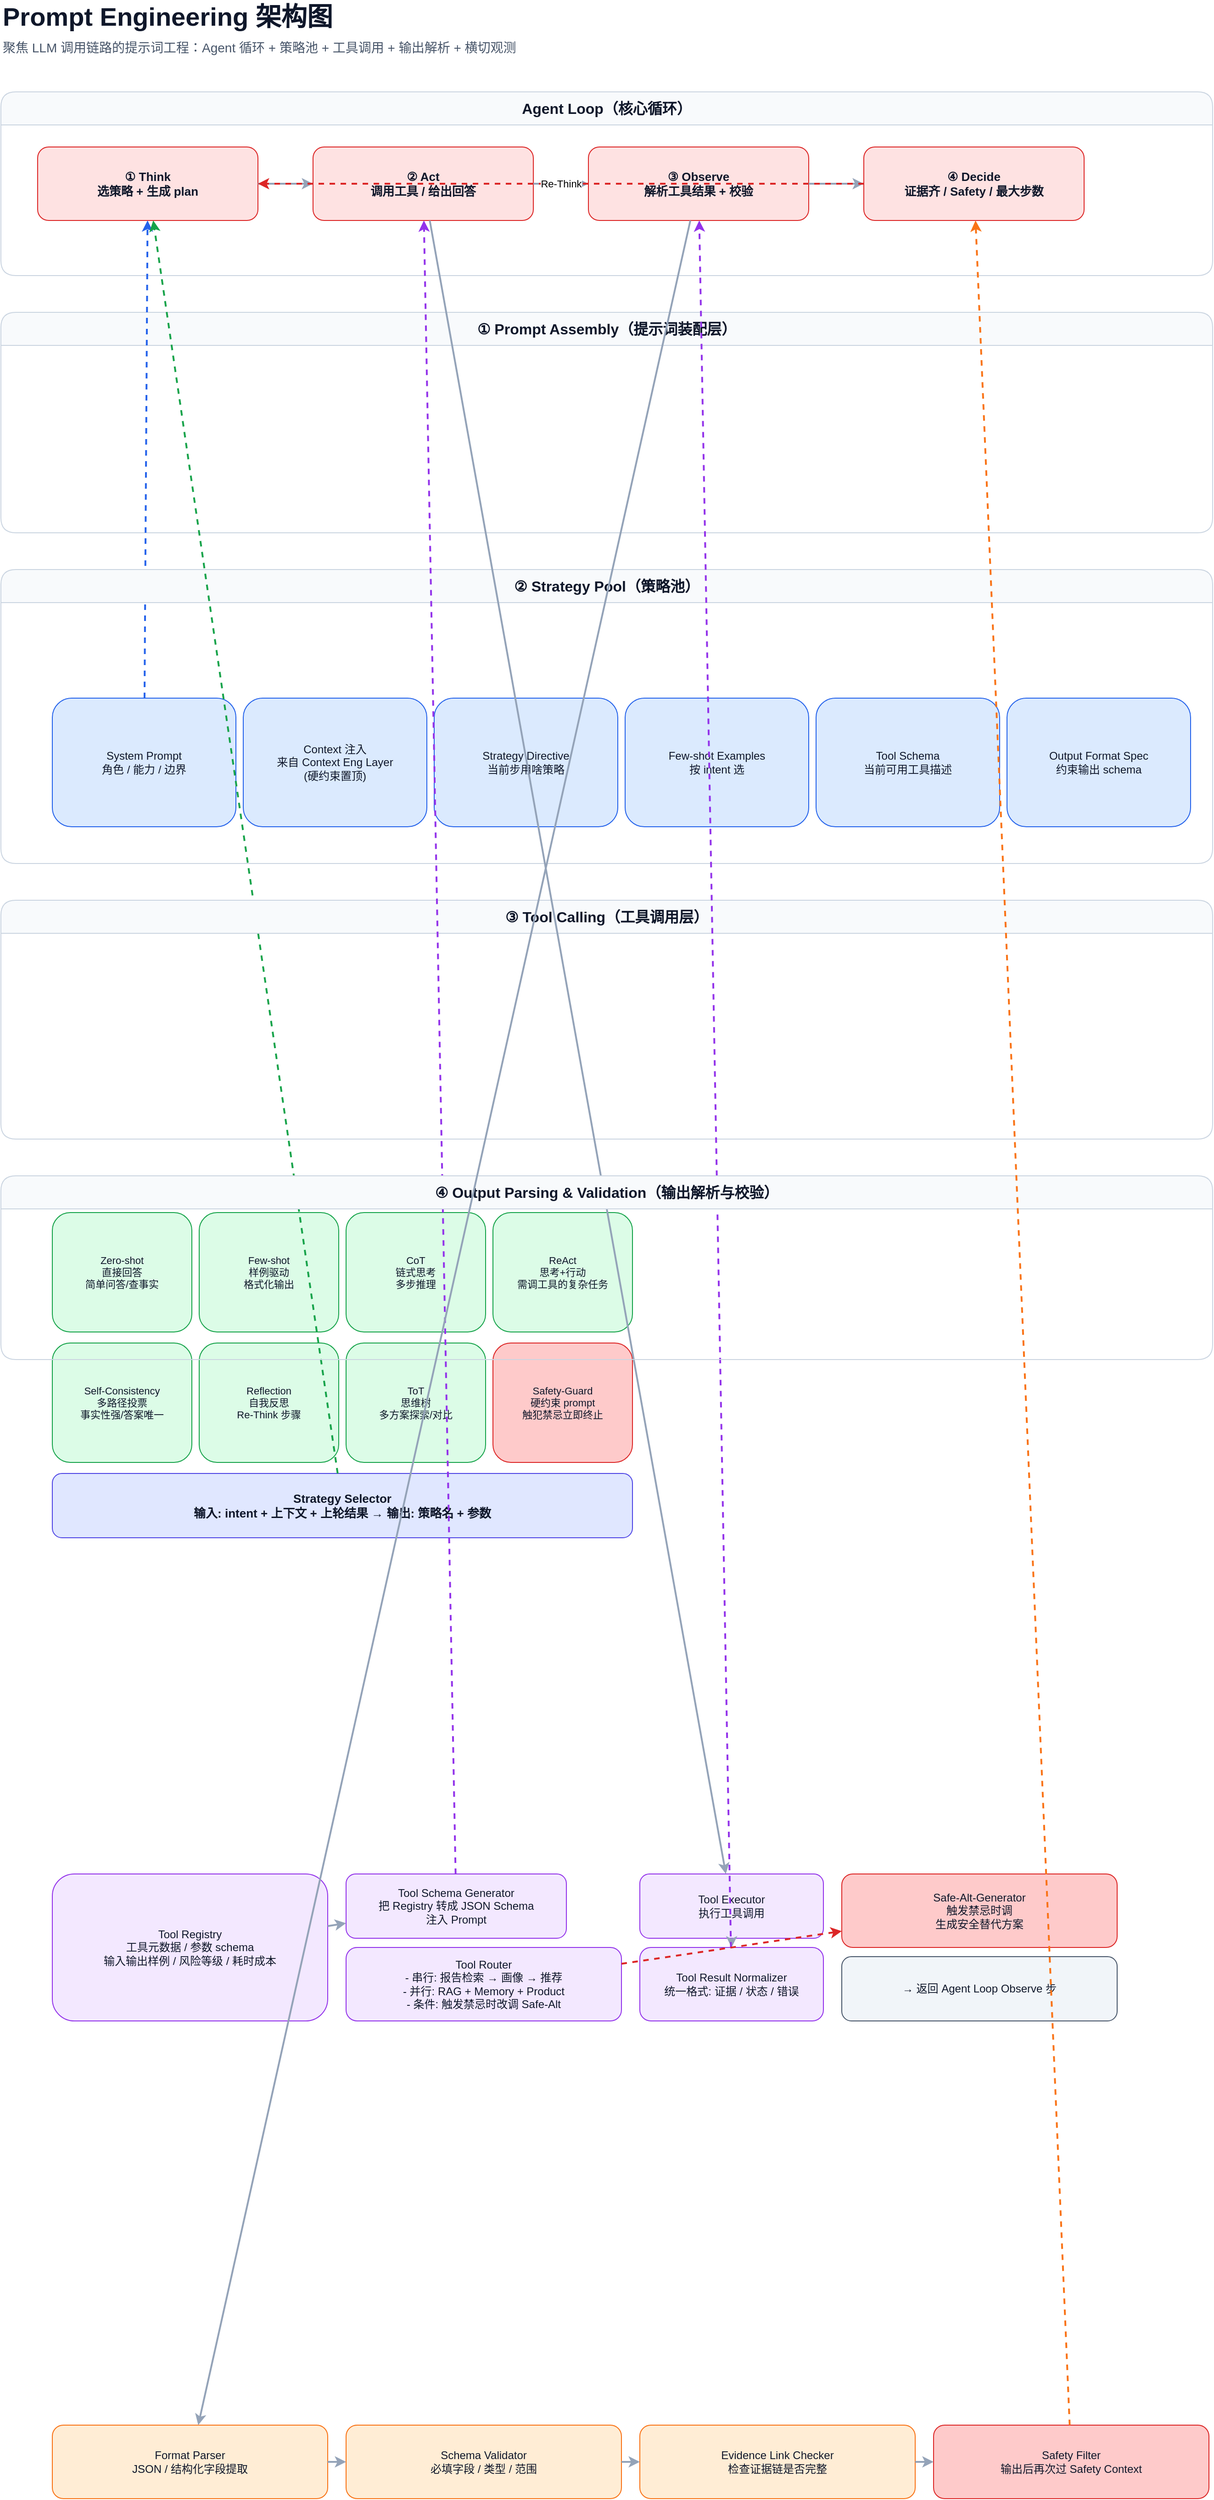
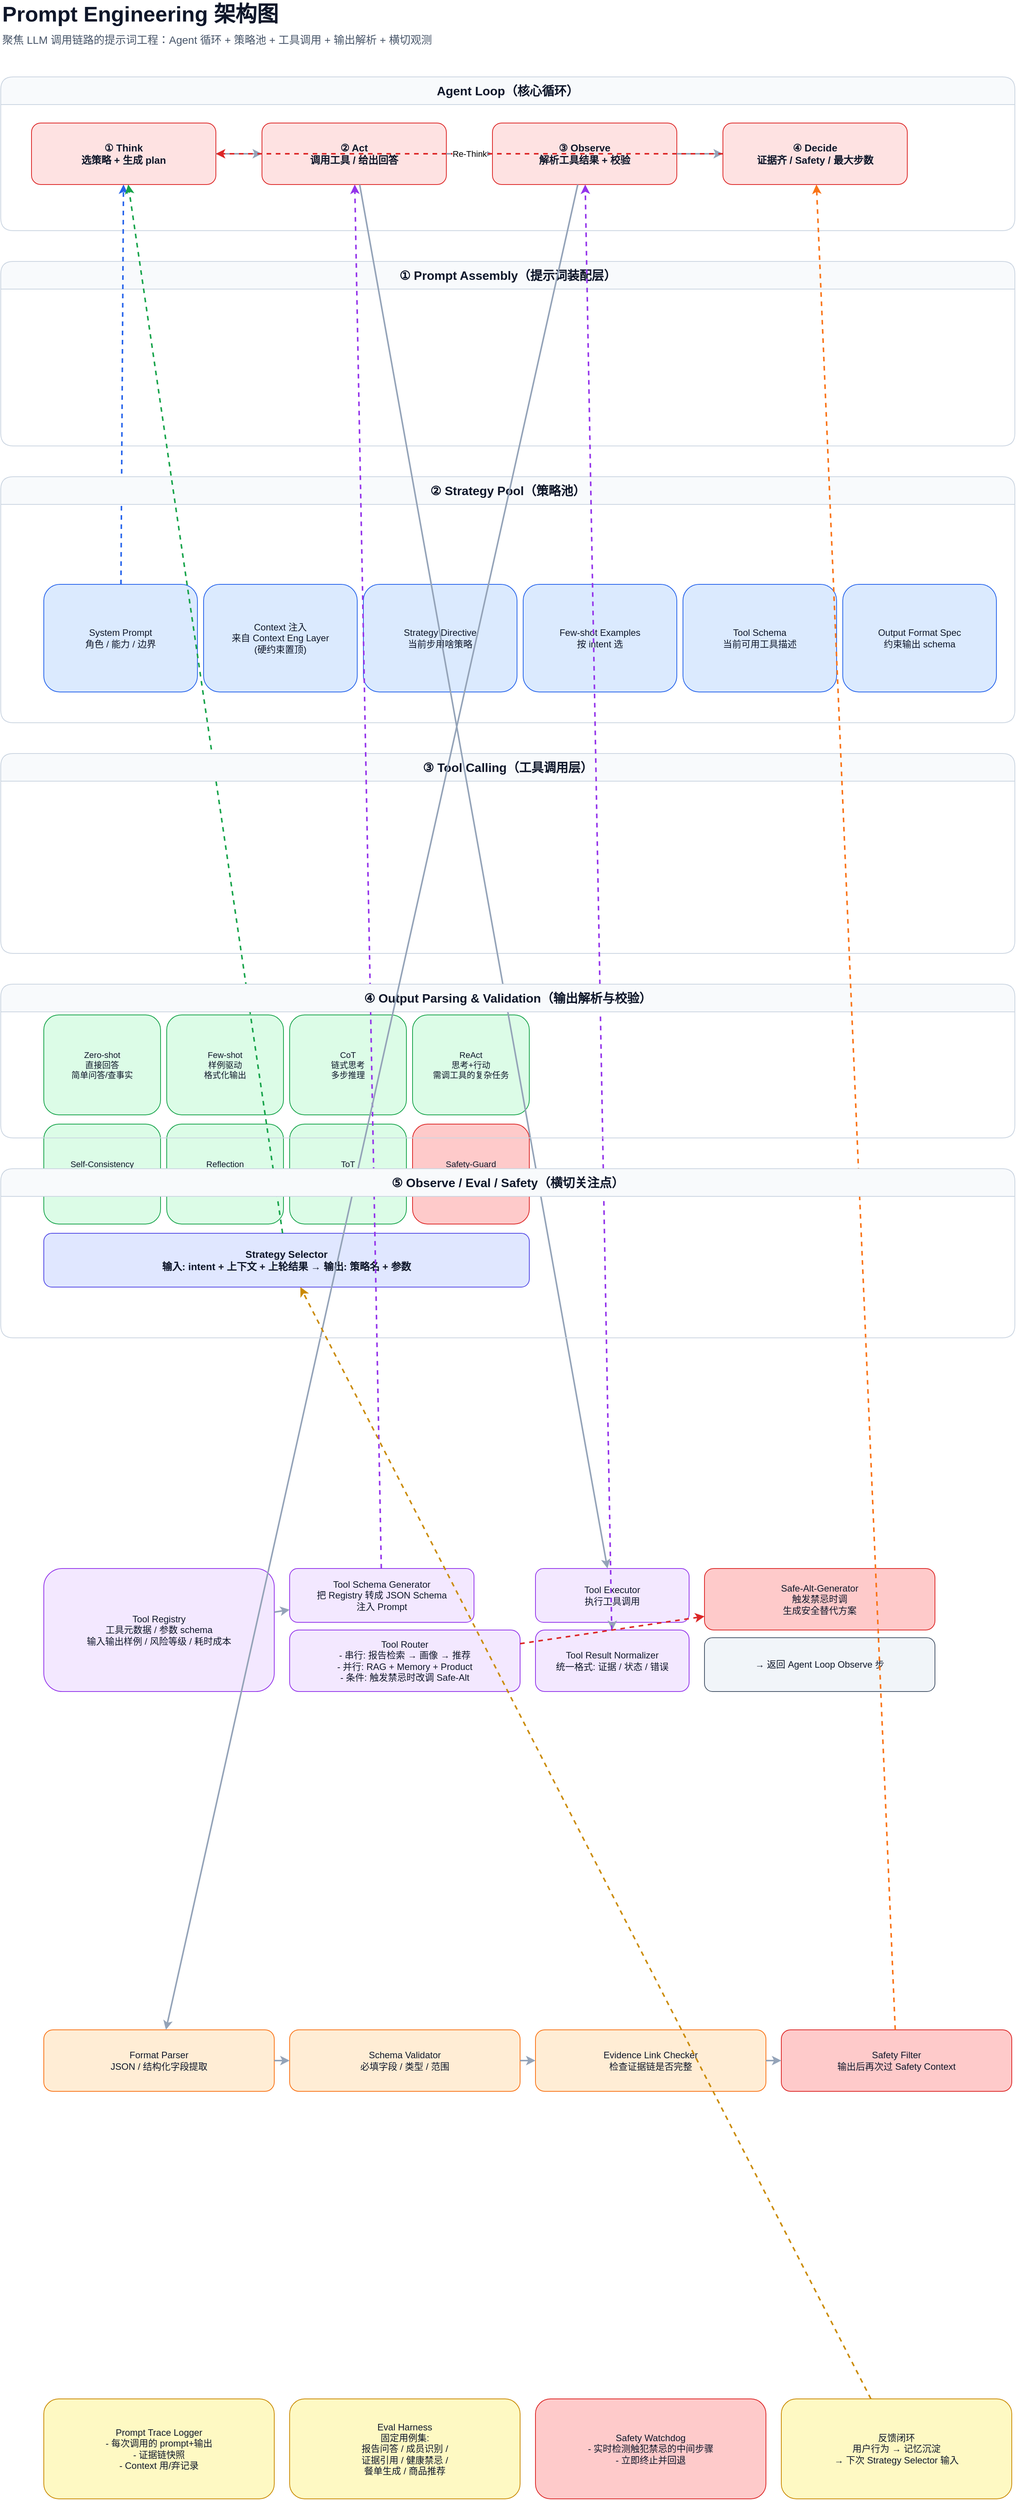
<mxfile host="app.diagrams.net">
  <diagram name="Prompt Engineering 架构图" id="prompt-engineering">
    <mxGraphModel dx="1620" dy="137" grid="0" gridSize="10" guides="1" tooltips="1" connect="1" arrows="1" fold="1" page="0" pageScale="1" pageWidth="1400" pageHeight="1950" math="0" shadow="0">
      <root>
        <mxCell id="0" />
        <mxCell id="1" parent="0" />
        <mxCell id="title" parent="1" style="text;html=1;strokeColor=none;fillColor=none;align=left;verticalAlign=middle;fontSize=28;fontStyle=1;fontColor=#0f172a;" value="Prompt Engineering 架构图" vertex="1">
          <mxGeometry height="36" width="600" x="40" y="20" as="geometry" />
        </mxCell>
        <mxCell id="subtitle" parent="1" style="text;html=1;strokeColor=none;fillColor=none;align=left;verticalAlign=middle;fontSize=14;fontStyle=0;fontColor=#475569;" value="聚焦 LLM 调用链路的提示词工程：Agent 循环 + 策略池 + 工具调用 + 输出解析 + 横切观测" vertex="1">
          <mxGeometry height="24" width="1320" x="40" y="60" as="geometry" />
        </mxCell>
        <mxCell id="agent_loop_container" parent="1" style="swimlane;html=1;rounded=1;whiteSpace=wrap;startSize=36;container=1;collapsible=0;horizontal=1;fillColor=#f8fafc;strokeColor=#cbd5e1;fontSize=16;fontStyle=1;fontColor=#0f172a;" value="Agent Loop（核心循环）" vertex="1">
          <mxGeometry height="200" width="1320" x="40" y="120" as="geometry" />
        </mxCell>
        <mxCell id="step_think" parent="1" style="rounded=1;html=1;whiteSpace=wrap;fillColor=#fee2e2;strokeColor=#dc2626;fontSize=13;fontStyle=1;fontColor=#0f172a;" value="① Think&#xa;选策略 + 生成 plan" vertex="1">
          <mxGeometry height="80" width="240" x="80" y="180" as="geometry" />
        </mxCell>
        <mxCell id="step_act" parent="1" style="rounded=1;html=1;whiteSpace=wrap;fillColor=#fee2e2;strokeColor=#dc2626;fontSize=13;fontStyle=1;fontColor=#0f172a;" value="② Act&#xa;调用工具 / 给出回答" vertex="1">
          <mxGeometry height="80" width="240" x="380" y="180" as="geometry" />
        </mxCell>
        <mxCell id="step_observe" parent="1" style="rounded=1;html=1;whiteSpace=wrap;fillColor=#fee2e2;strokeColor=#dc2626;fontSize=13;fontStyle=1;fontColor=#0f172a;" value="③ Observe&#xa;解析工具结果 + 校验" vertex="1">
          <mxGeometry height="80" width="240" x="680" y="180" as="geometry" />
        </mxCell>
        <mxCell id="step_decide" parent="1" style="rounded=1;html=1;whiteSpace=wrap;fillColor=#fee2e2;strokeColor=#dc2626;fontSize=13;fontStyle=1;fontColor=#0f172a;" value="④ Decide&#xa;证据齐 / Safety / 最大步数" vertex="1">
          <mxGeometry height="80" width="240" x="980" y="180" as="geometry" />
        </mxCell>
-         <mxCell id="2b93ba4b2468" parent="1" style="endArrow=classic;html=1;rounded=0;strokeColor=#94a3b8;strokeWidth=2;" value="" edge="1" source="step_think" target="step_act">
+         <mxCell id="681234953628" parent="1" style="endArrow=classic;html=1;rounded=0;strokeColor=#94a3b8;strokeWidth=2;" value="" edge="1" source="step_think" target="step_act">
          <mxGeometry relative="1" as="geometry" />
        </mxCell>
-         <mxCell id="e1eab8e9fbef" parent="1" style="endArrow=classic;html=1;rounded=0;strokeColor=#94a3b8;strokeWidth=2;" value="" edge="1" source="step_act" target="step_observe">
+         <mxCell id="29b058a4ad9b" parent="1" style="endArrow=classic;html=1;rounded=0;strokeColor=#94a3b8;strokeWidth=2;" value="" edge="1" source="step_act" target="step_observe">
          <mxGeometry relative="1" as="geometry" />
        </mxCell>
-         <mxCell id="1309760fcbdf" parent="1" style="endArrow=classic;html=1;rounded=0;strokeColor=#94a3b8;strokeWidth=2;" value="" edge="1" source="step_observe" target="step_decide">
+         <mxCell id="9710d7c25776" parent="1" style="endArrow=classic;html=1;rounded=0;strokeColor=#94a3b8;strokeWidth=2;" value="" edge="1" source="step_observe" target="step_decide">
          <mxGeometry relative="1" as="geometry" />
        </mxCell>
-         <mxCell id="72cfa874ebaa" parent="1" style="endArrow=classic;html=1;rounded=0;strokeColor=#94a3b8;strokeWidth=2;dashed=1;strokeColor=#dc2626;" value="Re-Think" edge="1" source="step_decide" target="step_think">
+         <mxCell id="3921065226ed" parent="1" style="endArrow=classic;html=1;rounded=0;strokeColor=#94a3b8;strokeWidth=2;dashed=1;strokeColor=#dc2626;" value="Re-Think" edge="1" source="step_decide" target="step_think">
          <mxGeometry relative="1" as="geometry" />
        </mxCell>
        <mxCell id="assembly_container" parent="1" style="swimlane;html=1;rounded=1;whiteSpace=wrap;startSize=36;container=1;collapsible=0;horizontal=1;fillColor=#f8fafc;strokeColor=#cbd5e1;fontSize=16;fontStyle=1;fontColor=#0f172a;" value="① Prompt Assembly（提示词装配层）" vertex="1">
          <mxGeometry height="240" width="1320" x="40" y="360" as="geometry" />
        </mxCell>
        <mxCell id="slot_system" parent="assembly_container" style="rounded=1;html=1;whiteSpace=wrap;fillColor=#dbeafe;strokeColor=#2563eb;fontSize=12;fontStyle=0;fontColor=#0f172a;" value="System Prompt&#xa;角色 / 能力 / 边界" vertex="1">
          <mxGeometry height="140" width="200" x="56" y="420" as="geometry" />
        </mxCell>
        <mxCell id="slot_context" parent="assembly_container" style="rounded=1;html=1;whiteSpace=wrap;fillColor=#dbeafe;strokeColor=#2563eb;fontSize=12;fontStyle=0;fontColor=#0f172a;" value="Context 注入&#xa;来自 Context Eng Layer&#xa;(硬约束置顶)" vertex="1">
          <mxGeometry height="140" width="200" x="264" y="420" as="geometry" />
        </mxCell>
        <mxCell id="slot_strategy_dir" parent="assembly_container" style="rounded=1;html=1;whiteSpace=wrap;fillColor=#dbeafe;strokeColor=#2563eb;fontSize=12;fontStyle=0;fontColor=#0f172a;" value="Strategy Directive&#xa;当前步用啥策略" vertex="1">
          <mxGeometry height="140" width="200" x="472" y="420" as="geometry" />
        </mxCell>
        <mxCell id="slot_fewshot" parent="assembly_container" style="rounded=1;html=1;whiteSpace=wrap;fillColor=#dbeafe;strokeColor=#2563eb;fontSize=12;fontStyle=0;fontColor=#0f172a;" value="Few-shot Examples&#xa;按 intent 选" vertex="1">
          <mxGeometry height="140" width="200" x="680" y="420" as="geometry" />
        </mxCell>
        <mxCell id="slot_tool_schema" parent="assembly_container" style="rounded=1;html=1;whiteSpace=wrap;fillColor=#dbeafe;strokeColor=#2563eb;fontSize=12;fontStyle=0;fontColor=#0f172a;" value="Tool Schema&#xa;当前可用工具描述" vertex="1">
          <mxGeometry height="140" width="200" x="888" y="420" as="geometry" />
        </mxCell>
        <mxCell id="slot_output_fmt" parent="assembly_container" style="rounded=1;html=1;whiteSpace=wrap;fillColor=#dbeafe;strokeColor=#2563eb;fontSize=12;fontStyle=0;fontColor=#0f172a;" value="Output Format Spec&#xa;约束输出 schema" vertex="1">
          <mxGeometry height="140" width="200" x="1096" y="420" as="geometry" />
        </mxCell>
-         <mxCell id="c3d33e2aa6d2" parent="1" style="endArrow=classic;html=1;rounded=0;strokeColor=#94a3b8;strokeWidth=2;dashed=1;strokeColor=#2563eb;" value="" edge="1" source="slot_system" target="step_think">
+         <mxCell id="c5dcc99975c8" parent="1" style="endArrow=classic;html=1;rounded=0;strokeColor=#94a3b8;strokeWidth=2;dashed=1;strokeColor=#2563eb;" value="" edge="1" source="slot_system" target="step_think">
          <mxGeometry relative="1" as="geometry" />
        </mxCell>
        <mxCell id="strategy_container" parent="1" style="swimlane;html=1;rounded=1;whiteSpace=wrap;startSize=36;container=1;collapsible=0;horizontal=1;fillColor=#f8fafc;strokeColor=#cbd5e1;fontSize=16;fontStyle=1;fontColor=#0f172a;" value="② Strategy Pool（策略池）" vertex="1">
          <mxGeometry height="320" width="1320" x="40" y="640" as="geometry" />
        </mxCell>
        <mxCell id="strat_zero" parent="strategy_container" style="rounded=1;html=1;whiteSpace=wrap;fillColor=#dcfce7;strokeColor=#16a34a;fontSize=11;fontStyle=0;fontColor=#0f172a;" value="Zero-shot&#xa;直接回答&#xa;简单问答/查事实" vertex="1">
          <mxGeometry height="130" width="152" x="56" y="700" as="geometry" />
        </mxCell>
        <mxCell id="strat_few" parent="strategy_container" style="rounded=1;html=1;whiteSpace=wrap;fillColor=#dcfce7;strokeColor=#16a34a;fontSize=11;fontStyle=0;fontColor=#0f172a;" value="Few-shot&#xa;样例驱动&#xa;格式化输出" vertex="1">
          <mxGeometry height="130" width="152" x="216" y="700" as="geometry" />
        </mxCell>
        <mxCell id="strat_cot" parent="strategy_container" style="rounded=1;html=1;whiteSpace=wrap;fillColor=#dcfce7;strokeColor=#16a34a;fontSize=11;fontStyle=0;fontColor=#0f172a;" value="CoT&#xa;链式思考&#xa;多步推理" vertex="1">
          <mxGeometry height="130" width="152" x="376" y="700" as="geometry" />
        </mxCell>
        <mxCell id="strat_react" parent="strategy_container" style="rounded=1;html=1;whiteSpace=wrap;fillColor=#dcfce7;strokeColor=#16a34a;fontSize=11;fontStyle=0;fontColor=#0f172a;" value="ReAct&#xa;思考+行动&#xa;需调工具的复杂任务" vertex="1">
          <mxGeometry height="130" width="152" x="536" y="700" as="geometry" />
        </mxCell>
        <mxCell id="strat_selfc" parent="strategy_container" style="rounded=1;html=1;whiteSpace=wrap;fillColor=#dcfce7;strokeColor=#16a34a;fontSize=11;fontStyle=0;fontColor=#0f172a;" value="Self-Consistency&#xa;多路径投票&#xa;事实性强/答案唯一" vertex="1">
          <mxGeometry height="130" width="152" x="56" y="842" as="geometry" />
        </mxCell>
        <mxCell id="strat_refl" parent="strategy_container" style="rounded=1;html=1;whiteSpace=wrap;fillColor=#dcfce7;strokeColor=#16a34a;fontSize=11;fontStyle=0;fontColor=#0f172a;" value="Reflection&#xa;自我反思&#xa;Re-Think 步骤" vertex="1">
          <mxGeometry height="130" width="152" x="216" y="842" as="geometry" />
        </mxCell>
        <mxCell id="strat_tot" parent="strategy_container" style="rounded=1;html=1;whiteSpace=wrap;fillColor=#dcfce7;strokeColor=#16a34a;fontSize=11;fontStyle=0;fontColor=#0f172a;" value="ToT&#xa;思维树&#xa;多方案探索/对比" vertex="1">
          <mxGeometry height="130" width="152" x="376" y="842" as="geometry" />
        </mxCell>
        <mxCell id="strat_safe" parent="strategy_container" style="rounded=1;html=1;whiteSpace=wrap;fillColor=#fecaca;strokeColor=#dc2626;fontSize=11;fontStyle=0;fontColor=#0f172a;" value="Safety-Guard&#xa;硬约束 prompt&#xa;触犯禁忌立即终止" vertex="1">
          <mxGeometry height="130" width="152" x="536" y="842" as="geometry" />
        </mxCell>
        <mxCell id="strat_selector" parent="strategy_container" style="rounded=1;html=1;whiteSpace=wrap;fillColor=#e0e7ff;strokeColor=#4f46e5;fontSize=13;fontStyle=1;fontColor=#0f172a;" value="Strategy Selector&#xa;输入: intent + 上下文 + 上轮结果 → 输出: 策略名 + 参数" vertex="1">
          <mxGeometry height="70" width="632" x="56" y="984" as="geometry" />
        </mxCell>
-         <mxCell id="f4c49e8b1194" parent="1" style="endArrow=classic;html=1;rounded=0;strokeColor=#94a3b8;strokeWidth=2;dashed=1;strokeColor=#16a34a;" value="" edge="1" source="strat_selector" target="step_think">
+         <mxCell id="ee4b469ff4d8" parent="1" style="endArrow=classic;html=1;rounded=0;strokeColor=#94a3b8;strokeWidth=2;dashed=1;strokeColor=#16a34a;" value="" edge="1" source="strat_selector" target="step_think">
          <mxGeometry relative="1" as="geometry" />
        </mxCell>
        <mxCell id="tool_container" parent="1" style="swimlane;html=1;rounded=1;whiteSpace=wrap;startSize=36;container=1;collapsible=0;horizontal=1;fillColor=#f8fafc;strokeColor=#cbd5e1;fontSize=16;fontStyle=1;fontColor=#0f172a;" value="③ Tool Calling（工具调用层）" vertex="1">
          <mxGeometry height="260" width="1320" x="40" y="1000" as="geometry" />
        </mxCell>
        <mxCell id="tool_registry" parent="tool_container" style="rounded=1;html=1;whiteSpace=wrap;fillColor=#f3e8ff;strokeColor=#9333ea;fontSize=12;fontStyle=0;fontColor=#0f172a;" value="Tool Registry&#xa;工具元数据 / 参数 schema&#xa;输入输出样例 / 风险等级 / 耗时成本" vertex="1">
          <mxGeometry height="160" width="300" x="56" y="1060" as="geometry" />
        </mxCell>
        <mxCell id="tool_schema_gen" parent="tool_container" style="rounded=1;html=1;whiteSpace=wrap;fillColor=#f3e8ff;strokeColor=#9333ea;fontSize=12;fontStyle=0;fontColor=#0f172a;" value="Tool Schema Generator&#xa;把 Registry 转成 JSON Schema&#xa;注入 Prompt" vertex="1">
          <mxGeometry height="70" width="240" x="376" y="1060" as="geometry" />
        </mxCell>
        <mxCell id="tool_router" parent="tool_container" style="rounded=1;html=1;whiteSpace=wrap;fillColor=#f3e8ff;strokeColor=#9333ea;fontSize=12;fontStyle=0;fontColor=#0f172a;" value="Tool Router&#xa;- 串行: 报告检索 → 画像 → 推荐&#xa;- 并行: RAG + Memory + Product&#xa;- 条件: 触发禁忌时改调 Safe-Alt" vertex="1">
          <mxGeometry height="80" width="300" x="376" y="1140" as="geometry" />
        </mxCell>
        <mxCell id="tool_executor" parent="tool_container" style="rounded=1;html=1;whiteSpace=wrap;fillColor=#f3e8ff;strokeColor=#9333ea;fontSize=12;fontStyle=0;fontColor=#0f172a;" value="Tool Executor&#xa;执行工具调用" vertex="1">
          <mxGeometry height="70" width="200" x="696" y="1060" as="geometry" />
        </mxCell>
        <mxCell id="tool_normalizer" parent="tool_container" style="rounded=1;html=1;whiteSpace=wrap;fillColor=#f3e8ff;strokeColor=#9333ea;fontSize=12;fontStyle=0;fontColor=#0f172a;" value="Tool Result Normalizer&#xa;统一格式: 证据 / 状态 / 错误" vertex="1">
          <mxGeometry height="80" width="200" x="696" y="1140" as="geometry" />
        </mxCell>
        <mxCell id="tool_safe_alt" parent="tool_container" style="rounded=1;html=1;whiteSpace=wrap;fillColor=#fecaca;strokeColor=#dc2626;fontSize=12;fontStyle=0;fontColor=#0f172a;" value="Safe-Alt-Generator&#xa;触发禁忌时调&#xa;生成安全替代方案" vertex="1">
          <mxGeometry height="80" width="300" x="916" y="1060" as="geometry" />
        </mxCell>
        <mxCell id="tool_loop_back" parent="tool_container" style="rounded=1;html=1;whiteSpace=wrap;fillColor=#f1f5f9;strokeColor=#475569;fontSize=12;fontStyle=0;fontColor=#0f172a;" value="→ 返回 Agent Loop Observe 步" vertex="1">
          <mxGeometry height="70" width="300" x="916" y="1150" as="geometry" />
        </mxCell>
-         <mxCell id="1875fa397644" parent="1" style="endArrow=classic;html=1;rounded=0;strokeColor=#94a3b8;strokeWidth=2;" value="" edge="1" source="tool_registry" target="tool_schema_gen">
+         <mxCell id="dfbc0aaaec53" parent="1" style="endArrow=classic;html=1;rounded=0;strokeColor=#94a3b8;strokeWidth=2;" value="" edge="1" source="tool_registry" target="tool_schema_gen">
          <mxGeometry relative="1" as="geometry" />
        </mxCell>
-         <mxCell id="76043ca96c10" parent="1" style="endArrow=classic;html=1;rounded=0;strokeColor=#94a3b8;strokeWidth=2;dashed=1;strokeColor=#9333ea;" value="" edge="1" source="tool_schema_gen" target="step_act">
+         <mxCell id="2e80b0e54bff" parent="1" style="endArrow=classic;html=1;rounded=0;strokeColor=#94a3b8;strokeWidth=2;dashed=1;strokeColor=#9333ea;" value="" edge="1" source="tool_schema_gen" target="step_act">
          <mxGeometry relative="1" as="geometry" />
        </mxCell>
-         <mxCell id="01737f8499bc" parent="1" style="endArrow=classic;html=1;rounded=0;strokeColor=#94a3b8;strokeWidth=2;" value="" edge="1" source="step_act" target="tool_executor">
+         <mxCell id="d04777bb396e" parent="1" style="endArrow=classic;html=1;rounded=0;strokeColor=#94a3b8;strokeWidth=2;" value="" edge="1" source="step_act" target="tool_executor">
          <mxGeometry relative="1" as="geometry" />
        </mxCell>
-         <mxCell id="e942bc41aa32" parent="1" style="endArrow=classic;html=1;rounded=0;strokeColor=#94a3b8;strokeWidth=2;" value="" edge="1" source="tool_executor" target="tool_normalizer">
+         <mxCell id="b319a5b2b5c4" parent="1" style="endArrow=classic;html=1;rounded=0;strokeColor=#94a3b8;strokeWidth=2;" value="" edge="1" source="tool_executor" target="tool_normalizer">
          <mxGeometry relative="1" as="geometry" />
        </mxCell>
-         <mxCell id="e5c44751cefd" parent="1" style="endArrow=classic;html=1;rounded=0;strokeColor=#94a3b8;strokeWidth=2;dashed=1;strokeColor=#9333ea;" value="" edge="1" source="tool_normalizer" target="step_observe">
+         <mxCell id="f7c70560b290" parent="1" style="endArrow=classic;html=1;rounded=0;strokeColor=#94a3b8;strokeWidth=2;dashed=1;strokeColor=#9333ea;" value="" edge="1" source="tool_normalizer" target="step_observe">
          <mxGeometry relative="1" as="geometry" />
        </mxCell>
-         <mxCell id="6393898262c3" parent="1" style="endArrow=classic;html=1;rounded=0;strokeColor=#94a3b8;strokeWidth=2;dashed=1;strokeColor=#dc2626;" value="" edge="1" source="tool_router" target="tool_safe_alt">
+         <mxCell id="b73c9e63cee7" parent="1" style="endArrow=classic;html=1;rounded=0;strokeColor=#94a3b8;strokeWidth=2;dashed=1;strokeColor=#dc2626;" value="" edge="1" source="tool_router" target="tool_safe_alt">
          <mxGeometry relative="1" as="geometry" />
        </mxCell>
        <mxCell id="parse_container" parent="1" style="swimlane;html=1;rounded=1;whiteSpace=wrap;startSize=36;container=1;collapsible=0;horizontal=1;fillColor=#f8fafc;strokeColor=#cbd5e1;fontSize=16;fontStyle=1;fontColor=#0f172a;" value="④ Output Parsing &amp; Validation（输出解析与校验）" vertex="1">
          <mxGeometry height="200" width="1320" x="40" y="1300" as="geometry" />
        </mxCell>
        <mxCell id="parse_format" parent="parse_container" style="rounded=1;html=1;whiteSpace=wrap;fillColor=#ffedd5;strokeColor=#f97316;fontSize=12;fontStyle=0;fontColor=#0f172a;" value="Format Parser&#xa;JSON / 结构化字段提取" vertex="1">
          <mxGeometry height="80" width="300" x="56" y="1360" as="geometry" />
        </mxCell>
        <mxCell id="parse_schema" parent="parse_container" style="rounded=1;html=1;whiteSpace=wrap;fillColor=#ffedd5;strokeColor=#f97316;fontSize=12;fontStyle=0;fontColor=#0f172a;" value="Schema Validator&#xa;必填字段 / 类型 / 范围" vertex="1">
          <mxGeometry height="80" width="300" x="376" y="1360" as="geometry" />
        </mxCell>
        <mxCell id="parse_evidence" parent="parse_container" style="rounded=1;html=1;whiteSpace=wrap;fillColor=#ffedd5;strokeColor=#f97316;fontSize=12;fontStyle=0;fontColor=#0f172a;" value="Evidence Link Checker&#xa;检查证据链是否完整" vertex="1">
          <mxGeometry height="80" width="300" x="696" y="1360" as="geometry" />
        </mxCell>
        <mxCell id="parse_safety" parent="parse_container" style="rounded=1;html=1;whiteSpace=wrap;fillColor=#fecaca;strokeColor=#dc2626;fontSize=12;fontStyle=0;fontColor=#0f172a;" value="Safety Filter&#xa;输出后再次过 Safety Context" vertex="1">
          <mxGeometry height="80" width="300" x="1016" y="1360" as="geometry" />
        </mxCell>
-         <mxCell id="bfa8ffb49a9f" parent="1" style="endArrow=classic;html=1;rounded=0;strokeColor=#94a3b8;strokeWidth=2;" value="" edge="1" source="step_observe" target="parse_format">
+         <mxCell id="919a46d77aa0" parent="1" style="endArrow=classic;html=1;rounded=0;strokeColor=#94a3b8;strokeWidth=2;" value="" edge="1" source="step_observe" target="parse_format">
          <mxGeometry relative="1" as="geometry" />
        </mxCell>
-         <mxCell id="b5ae7cfd422e" parent="1" style="endArrow=classic;html=1;rounded=0;strokeColor=#94a3b8;strokeWidth=2;" value="" edge="1" source="parse_format" target="parse_schema">
+         <mxCell id="c65bc621f54b" parent="1" style="endArrow=classic;html=1;rounded=0;strokeColor=#94a3b8;strokeWidth=2;" value="" edge="1" source="parse_format" target="parse_schema">
          <mxGeometry relative="1" as="geometry" />
        </mxCell>
-         <mxCell id="72506796a00f" parent="1" style="endArrow=classic;html=1;rounded=0;strokeColor=#94a3b8;strokeWidth=2;" value="" edge="1" source="parse_schema" target="parse_evidence">
+         <mxCell id="e2e250d07fbe" parent="1" style="endArrow=classic;html=1;rounded=0;strokeColor=#94a3b8;strokeWidth=2;" value="" edge="1" source="parse_schema" target="parse_evidence">
          <mxGeometry relative="1" as="geometry" />
        </mxCell>
-         <mxCell id="026e9b1b6ce9" parent="1" style="endArrow=classic;html=1;rounded=0;strokeColor=#94a3b8;strokeWidth=2;" value="" edge="1" source="parse_evidence" target="parse_safety">
+         <mxCell id="9eba35c81c93" parent="1" style="endArrow=classic;html=1;rounded=0;strokeColor=#94a3b8;strokeWidth=2;" value="" edge="1" source="parse_evidence" target="parse_safety">
          <mxGeometry relative="1" as="geometry" />
        </mxCell>
-         <mxCell id="4d0287242780" parent="1" style="endArrow=classic;html=1;rounded=0;strokeColor=#94a3b8;strokeWidth=2;dashed=1;strokeColor=#f97316;" value="" edge="1" source="parse_safety" target="step_decide">
+         <mxCell id="edb498f447a4" parent="1" style="endArrow=classic;html=1;rounded=0;strokeColor=#94a3b8;strokeWidth=2;dashed=1;strokeColor=#f97316;" value="" edge="1" source="parse_safety" target="step_decide">
+           <mxGeometry relative="1" as="geometry" />
+         </mxCell>
+         <mxCell id="observe_container" parent="1" style="swimlane;html=1;rounded=1;whiteSpace=wrap;startSize=36;container=1;collapsible=0;horizontal=1;fillColor=#f8fafc;strokeColor=#cbd5e1;fontSize=16;fontStyle=1;fontColor=#0f172a;" value="⑤ Observe / Eval / Safety（横切关注点）" vertex="1">
+           <mxGeometry height="220" width="1320" x="40" y="1540" as="geometry" />
+         </mxCell>
+         <mxCell id="obs_trace" parent="observe_container" style="rounded=1;html=1;whiteSpace=wrap;fillColor=#fef9c3;strokeColor=#ca8a04;fontSize=12;fontStyle=0;fontColor=#0f172a;" value="Prompt Trace Logger&#xa;- 每次调用的 prompt+输出&#xa;- 证据链快照&#xa;- Context 用/弃记录" vertex="1">
+           <mxGeometry height="130" width="300" x="56" y="1600" as="geometry" />
+         </mxCell>
+         <mxCell id="obs_eval" parent="observe_container" style="rounded=1;html=1;whiteSpace=wrap;fillColor=#fef9c3;strokeColor=#ca8a04;fontSize=12;fontStyle=0;fontColor=#0f172a;" value="Eval Harness&#xa;固定用例集:&#xa;报告问答 / 成员识别 /&#xa;证据引用 / 健康禁忌 /&#xa;餐单生成 / 商品推荐" vertex="1">
+           <mxGeometry height="130" width="300" x="376" y="1600" as="geometry" />
+         </mxCell>
+         <mxCell id="obs_watchdog" parent="observe_container" style="rounded=1;html=1;whiteSpace=wrap;fillColor=#fecaca;strokeColor=#dc2626;fontSize=12;fontStyle=0;fontColor=#0f172a;" value="Safety Watchdog&#xa;- 实时检测触犯禁忌的中间步骤&#xa;- 立即终止并回退" vertex="1">
+           <mxGeometry height="130" width="300" x="696" y="1600" as="geometry" />
+         </mxCell>
+         <mxCell id="obs_feedback" parent="observe_container" style="rounded=1;html=1;whiteSpace=wrap;fillColor=#fef9c3;strokeColor=#ca8a04;fontSize=12;fontStyle=0;fontColor=#0f172a;" value="反馈闭环&#xa;用户行为 → 记忆沉淀&#xa;→ 下次 Strategy Selector 输入" vertex="1">
+           <mxGeometry height="130" width="300" x="1016" y="1600" as="geometry" />
+         </mxCell>
+         <mxCell id="f3231b751ac9" parent="1" style="endArrow=classic;html=1;rounded=0;strokeColor=#94a3b8;strokeWidth=2;dashed=1;strokeColor=#ca8a04;" value="" edge="1" source="obs_feedback" target="strat_selector">
          <mxGeometry relative="1" as="geometry" />
        </mxCell>
      </root>
    </mxGraphModel>
  </diagram>
</mxfile>
